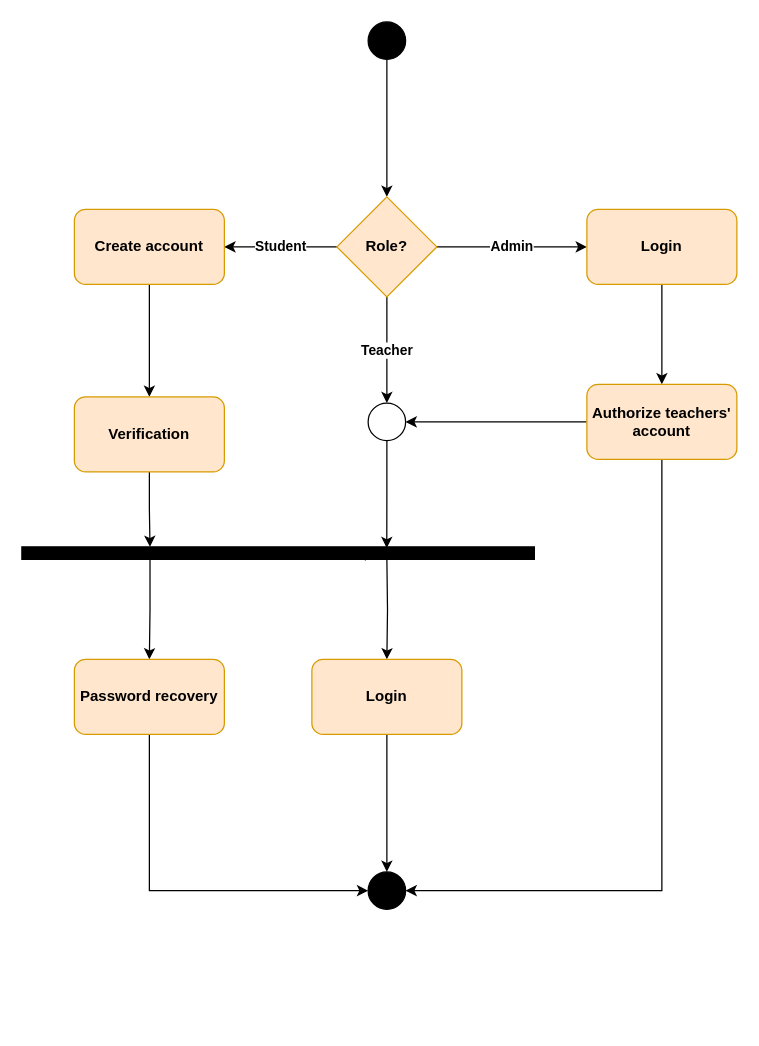
shirrsho/E-shcool keeps this draw.io diagram as page "Activity 1.1" (13 of 21) of Diagrams.drawio. Above is the earlier version. Source tidied: cells renumbered, new cells numbered last; positions are measured from the earlier drawing's top-left corner, leaving out a move shared by most shapes. Both pictures are drawn from the tidied source at 125%, with x=0, y=0 at pixel (21, 21).
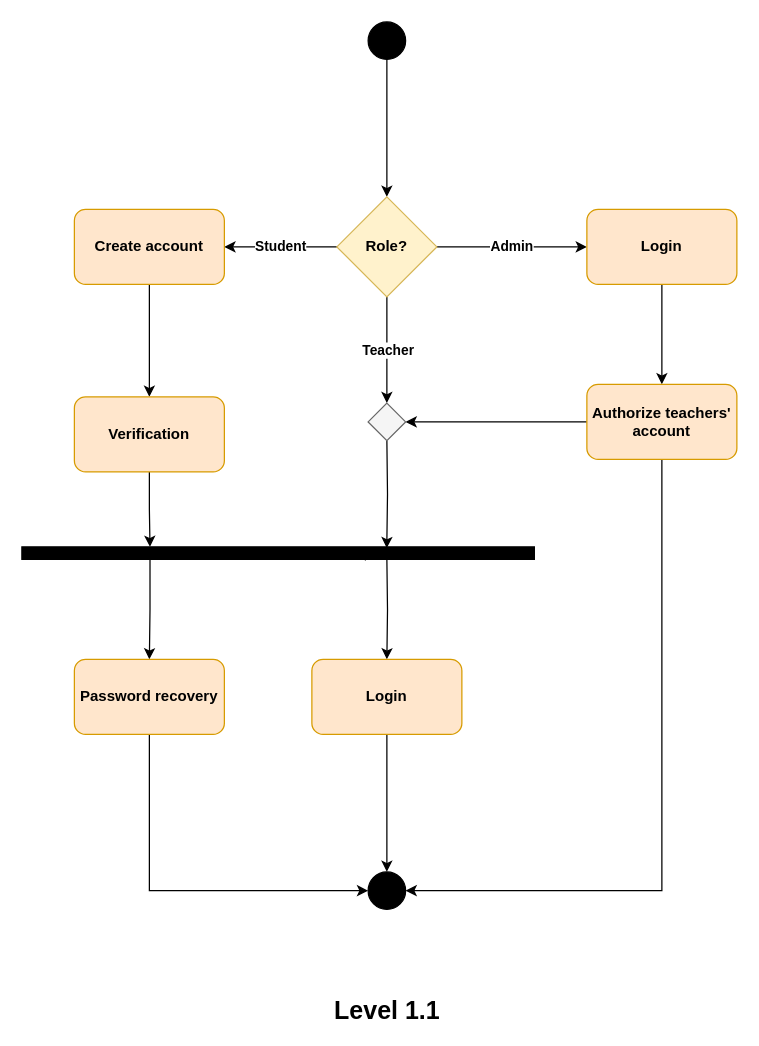
The same page after the edit.

Unchanged cells that the change refers to:
```xml
<mxCell id="12" style="rounded=0;whiteSpace=wrap;html=1;fillColor=#000000;fontStyle=1;" parent="1" vertex="1">
  <mxGeometry y="420" width="410" height="10" as="geometry" />
</mxCell>
<mxCell id="24" value="Authorize teachers' account" style="rounded=1;whiteSpace=wrap;html=1;fontStyle=1;fillColor=#ffe6cc;strokeColor=#d79b00;" parent="1" vertex="1">
  <mxGeometry x="452" y="290" width="120" height="60" as="geometry" />
</mxCell>
```

Diff of the diagram source:
```diff
@@
-    <mxCell id="6" value="Teacher" style="edgeStyle=orthogonalEdgeStyle;rounded=0;jettySize=auto;html=1;exitX=0.5;exitY=1;exitDx=0;exitDy=0;entryX=0.5;entryY=0;entryDx=0;entryDy=0;fontStyle=1;" parent="1" edge="1" source="7" target="26">
-      <mxGeometry relative="1" as="geometry" />
+    <mxCell id="6" value="Teacher" style="edgeStyle=orthogonalEdgeStyle;rounded=0;jettySize=auto;html=1;exitX=0.5;exitY=1;exitDx=0;exitDy=0;entryX=0.5;entryY=0;entryDx=0;entryDy=0;fontStyle=1;" parent="1" edge="1" source="7">
+      <mxGeometry relative="1" as="geometry">
+        <mxPoint x="292" y="305" as="targetPoint" />
+      </mxGeometry>
     </mxCell>
-    <mxCell id="7" value="Role?" style="rhombus;whiteSpace=wrap;html=1;fontStyle=1;fillColor=#ffe6cc;strokeColor=#d79b00;" parent="1" vertex="1">
+    <mxCell id="7" value="Role?" style="rhombus;whiteSpace=wrap;html=1;fontStyle=1;fillColor=#fff2cc;strokeColor=#d6b656;" parent="1" vertex="1">
       <mxGeometry x="252" y="140" width="80" height="80" as="geometry" />
     </mxCell>
@@
-    <mxCell id="22" style="edgeStyle=orthogonalEdgeStyle;rounded=0;jettySize=auto;html=1;entryX=1;entryY=0.5;entryDx=0;entryDy=0;fontStyle=1;" parent="1" edge="1" source="24" target="26">
-      <mxGeometry relative="1" as="geometry" />
+    <mxCell id="22" style="edgeStyle=orthogonalEdgeStyle;rounded=0;jettySize=auto;html=1;entryX=1;entryY=0.5;entryDx=0;entryDy=0;fontStyle=1;" parent="1" edge="1" source="24">
+      <mxGeometry relative="1" as="geometry">
+        <mxPoint x="307" y="320" as="targetPoint" />
+      </mxGeometry>
     </mxCell>
@@
-    <mxCell id="25" style="edgeStyle=orthogonalEdgeStyle;rounded=0;jettySize=auto;html=1;exitX=0.5;exitY=1;exitDx=0;exitDy=0;entryX=0.712;entryY=0.1;entryDx=0;entryDy=0;entryPerimeter=0;fontStyle=1;" parent="1" edge="1" source="26" target="12">
-      <mxGeometry relative="1" as="geometry" />
+    <mxCell id="25" style="edgeStyle=orthogonalEdgeStyle;rounded=0;jettySize=auto;html=1;exitX=0.5;exitY=1;exitDx=0;exitDy=0;entryX=0.712;entryY=0.1;entryDx=0;entryDy=0;entryPerimeter=0;fontStyle=1;" parent="1" edge="1" target="12">
+      <mxGeometry relative="1" as="geometry">
+        <mxPoint x="292" y="335" as="sourcePoint" />
+      </mxGeometry>
     </mxCell>
-    <mxCell id="26" style="ellipse;whiteSpace=wrap;html=1;fontStyle=1;" parent="1" vertex="1">
-      <mxGeometry x="277" y="305" width="30" height="30" as="geometry" />
-    </mxCell>
@@
+    <mxCell id="28" style="rhombus;whiteSpace=wrap;html=1;fontSize=13;fillColor=#f5f5f5;fontColor=#333333;strokeColor=#666666;" parent="1" vertex="1">
+      <mxGeometry x="277" y="305" width="30" height="30" as="geometry" />
+    </mxCell>
+    <mxCell id="29" value="&lt;b&gt;&lt;font style=&quot;font-size: 20px&quot;&gt;Level 1.1&lt;/font&gt;&lt;/b&gt;" style="text;html=1;align=center;verticalAlign=middle;strokeColor=none;fillColor=none;fontSize=13;" parent="1" vertex="1">
+      <mxGeometry x="242" y="780" width="100" height="20" as="geometry" />
+    </mxCell>
```
